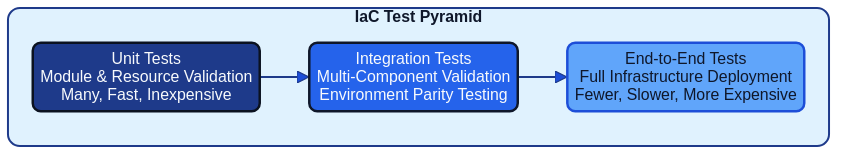
Geonitab/architecture_as_code keeps this Mermaid diagram as docs/images/diagram_13_test_pyramid.png. Above is the earlier version. Its source is kept beside it as docs/images/diagram_13_test_pyramid.mmd. Source of this version:
```mermaid
graph TB
    subgraph "IaC Test Pyramid"
        E2E["End-to-End Tests<br/>Full Infrastructure Deployment<br/>Fewer, Slower, More Expensive"]:::kv-highlight
        INT["Integration Tests<br/>Multi-Component Validation<br/>Environment Parity Testing"]:::kv-accent
        UNIT["Unit Tests<br/>Module & Resource Validation<br/>Many, Fast, Inexpensive"]:::kv-primary
    end

    UNIT --> INT
    INT --> E2E
```
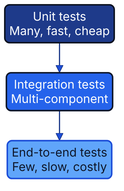
Above is the later version.

Change to the diagram source:
```diff
@@ -1,9 +1,5 @@
 graph TB
-    subgraph "IaC Test Pyramid"
-        E2E["End-to-End Tests<br/>Full Infrastructure Deployment<br/>Fewer, Slower, More Expensive"]:::kv-highlight
-        INT["Integration Tests<br/>Multi-Component Validation<br/>Environment Parity Testing"]:::kv-accent
-        UNIT["Unit Tests<br/>Module & Resource Validation<br/>Many, Fast, Inexpensive"]:::kv-primary
-    end
-
-    UNIT --> INT
-    INT --> E2E
+    E2E["End-to-end tests<br/>Few, slow, costly"]:::kv-highlight
+    INT["Integration tests<br/>Multi-component"]:::kv-accent
+    UNIT["Unit tests<br/>Many, fast, cheap"]:::kv-primary
+    UNIT --> INT --> E2E
```
